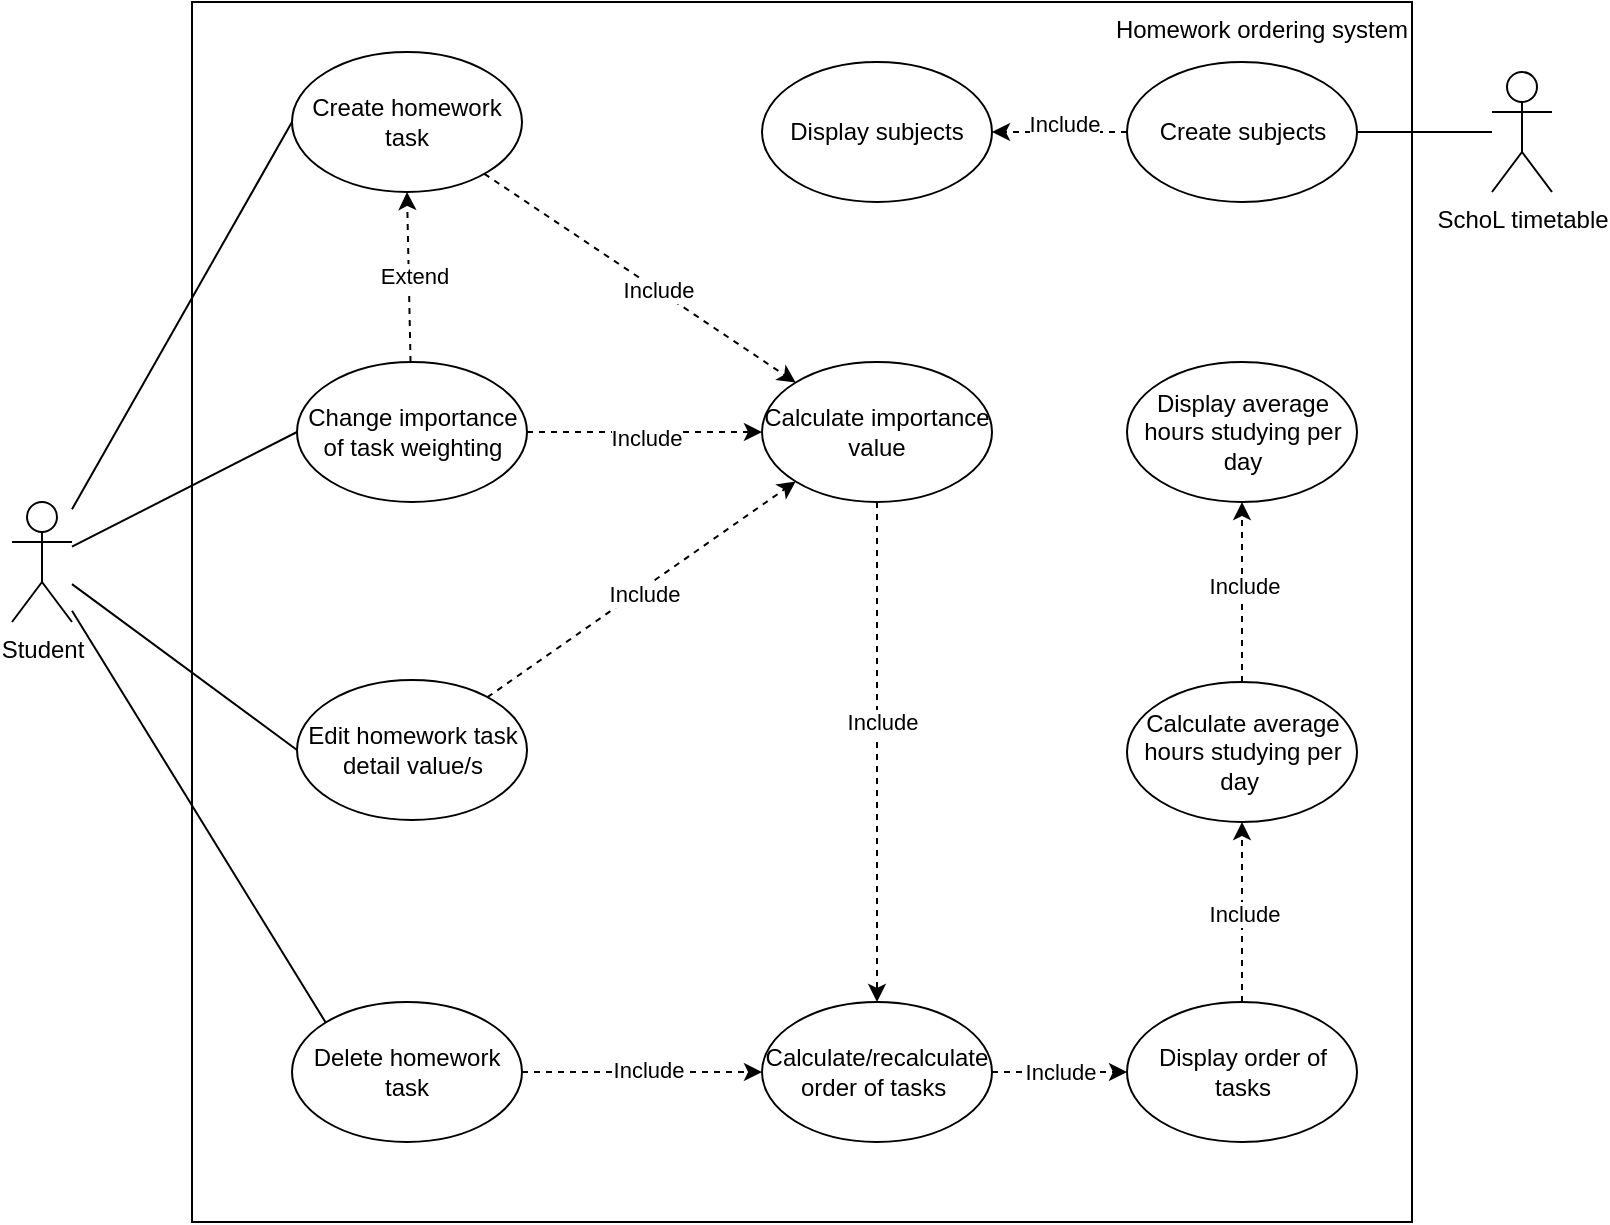
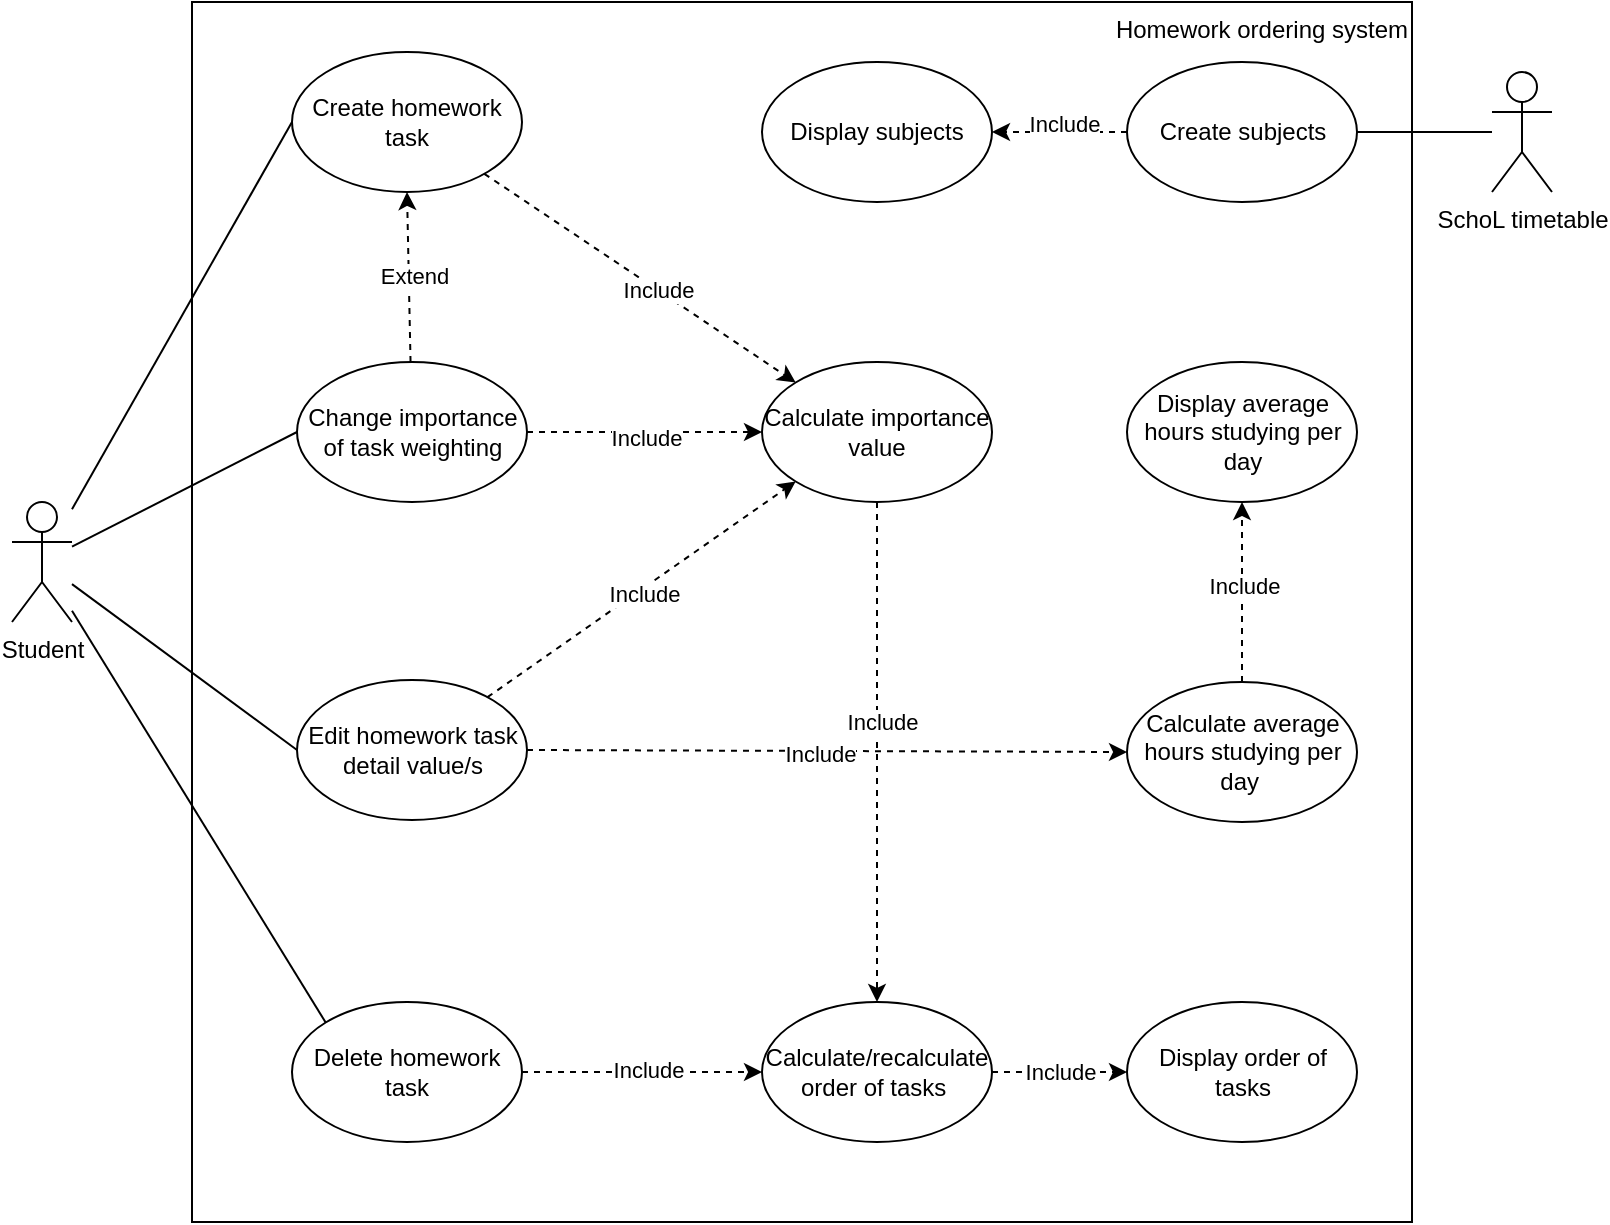
<mxfile host="app.diagrams.net" agent="Mozilla/5.0 (Windows NT 10.0; Win64; x64) AppleWebKit/537.36 (KHTML, like Gecko) Chrome/147.0.0.0 Safari/537.36" pages="3">
  <diagram name="Use Case Diagram" id="ZcyXiCbd3epHD8B5bp2-">
-     <mxGraphModel grid="1" page="1" gridSize="10" guides="1" tooltips="1" connect="1" arrows="1" fold="1" pageScale="1" pageWidth="827" pageHeight="1169" math="0" shadow="0">
+     <mxGraphModel dx="1099" dy="773" grid="1" gridSize="10" guides="1" tooltips="1" connect="1" arrows="1" fold="1" page="1" pageScale="1" pageWidth="827" pageHeight="1169" math="0" shadow="0">
      <root>
        <mxCell id="0" />
        <mxCell id="1" parent="0" />
        <mxCell id="G7WcPmlzqGxsM9-RYmIV-1" parent="1" style="aspect=fixed;labelPosition=center;verticalLabelPosition=middle;align=right;verticalAlign=top;html=1;whiteSpace=wrap;movable=1;resizable=1;rotatable=1;deletable=1;editable=1;locked=0;connectable=1;" value="Homework ordering system" vertex="1">
          <mxGeometry height="610" width="610" x="100" y="100" as="geometry" />
        </mxCell>
        <mxCell id="jqSJIoKgP5xY_ZK5AzuU-10" edge="1" parent="1" source="G7WcPmlzqGxsM9-RYmIV-2" style="rounded=0;orthogonalLoop=1;jettySize=auto;html=1;entryX=0;entryY=0.5;entryDx=0;entryDy=0;endArrow=none;endFill=0;" target="jqSJIoKgP5xY_ZK5AzuU-4">
          <mxGeometry relative="1" as="geometry" />
        </mxCell>
        <mxCell id="tDrKYoykQaESbITqznwy-8" edge="1" parent="1" source="G7WcPmlzqGxsM9-RYmIV-2" style="rounded=0;orthogonalLoop=1;jettySize=auto;html=1;entryX=0;entryY=0.5;entryDx=0;entryDy=0;endArrow=none;endFill=0;" target="jqSJIoKgP5xY_ZK5AzuU-18">
          <mxGeometry relative="1" as="geometry" />
        </mxCell>
        <mxCell id="gFCc6fkzavYNVZ7rkNDt-2" edge="1" parent="1" source="G7WcPmlzqGxsM9-RYmIV-2" style="rounded=0;orthogonalLoop=1;jettySize=auto;html=1;entryX=0;entryY=0.5;entryDx=0;entryDy=0;endArrow=none;endFill=0;" target="gFCc6fkzavYNVZ7rkNDt-1">
          <mxGeometry relative="1" as="geometry" />
        </mxCell>
        <mxCell id="G7WcPmlzqGxsM9-RYmIV-2" parent="1" style="shape=umlActor;verticalLabelPosition=bottom;verticalAlign=top;html=1;outlineConnect=0;" value="Student" vertex="1">
          <mxGeometry height="60" width="30" x="10" y="350" as="geometry" />
        </mxCell>
        <mxCell id="jqSJIoKgP5xY_ZK5AzuU-3" edge="1" parent="1" source="wTgsF5XY6qcogic8_f1f-1" style="rounded=0;orthogonalLoop=1;jettySize=auto;html=1;entryX=1;entryY=0.5;entryDx=0;entryDy=0;shape=wire;dashed=1;endArrow=none;endFill=0;" target="jqSJIoKgP5xY_ZK5AzuU-2">
          <mxGeometry relative="1" as="geometry" />
        </mxCell>
        <mxCell id="j_0vHmGtJyPRwEHmYQnW-2" edge="1" parent="1" source="jqSJIoKgP5xY_ZK5AzuU-2" style="rounded=0;orthogonalLoop=1;jettySize=auto;html=1;entryX=1;entryY=0.5;entryDx=0;entryDy=0;endArrow=classic;endFill=1;dashed=1;" target="j_0vHmGtJyPRwEHmYQnW-1">
          <mxGeometry relative="1" as="geometry" />
        </mxCell>
        <mxCell id="j_0vHmGtJyPRwEHmYQnW-3" connectable="0" parent="j_0vHmGtJyPRwEHmYQnW-2" style="edgeLabel;html=1;align=center;verticalAlign=middle;resizable=0;points=[];" value="Include" vertex="1">
          <mxGeometry relative="1" x="-0.2741" y="-4" as="geometry">
            <mxPoint x="-7" as="offset" />
          </mxGeometry>
        </mxCell>
        <mxCell id="jqSJIoKgP5xY_ZK5AzuU-2" parent="1" style="ellipse;whiteSpace=wrap;html=1;" value="Create subjects" vertex="1">
          <mxGeometry height="70" width="115" x="567.5" y="130" as="geometry" />
        </mxCell>
        <mxCell id="jqSJIoKgP5xY_ZK5AzuU-13" edge="1" parent="1" source="jqSJIoKgP5xY_ZK5AzuU-4" style="rounded=0;orthogonalLoop=1;jettySize=auto;html=1;dashed=1;endArrow=classic;endFill=1;entryX=0;entryY=0;entryDx=0;entryDy=0;" target="jqSJIoKgP5xY_ZK5AzuU-11">
          <mxGeometry relative="1" as="geometry" />
        </mxCell>
        <mxCell id="jqSJIoKgP5xY_ZK5AzuU-14" connectable="0" parent="jqSJIoKgP5xY_ZK5AzuU-13" style="edgeLabel;html=1;align=center;verticalAlign=middle;resizable=0;points=[];" value="Include" vertex="1">
          <mxGeometry relative="1" x="0.1143" as="geometry">
            <mxPoint as="offset" />
          </mxGeometry>
        </mxCell>
        <mxCell id="jqSJIoKgP5xY_ZK5AzuU-4" parent="1" style="ellipse;whiteSpace=wrap;html=1;" value="Create homework task" vertex="1">
          <mxGeometry height="70" width="115" x="150" y="125" as="geometry" />
        </mxCell>
        <mxCell id="jqSJIoKgP5xY_ZK5AzuU-16" edge="1" parent="1" source="jqSJIoKgP5xY_ZK5AzuU-11" style="rounded=0;orthogonalLoop=1;jettySize=auto;html=1;dashed=1;" target="jqSJIoKgP5xY_ZK5AzuU-15" value="">
          <mxGeometry relative="1" as="geometry" />
        </mxCell>
        <mxCell id="jqSJIoKgP5xY_ZK5AzuU-17" connectable="0" parent="jqSJIoKgP5xY_ZK5AzuU-16" style="edgeLabel;html=1;align=center;verticalAlign=middle;resizable=0;points=[];" value="Include" vertex="1">
          <mxGeometry relative="1" x="-0.125" y="2" as="geometry">
            <mxPoint as="offset" />
          </mxGeometry>
        </mxCell>
        <mxCell id="jqSJIoKgP5xY_ZK5AzuU-11" parent="1" style="ellipse;whiteSpace=wrap;html=1;" value="Calculate importance value" vertex="1">
          <mxGeometry height="70" width="115" x="385" y="280" as="geometry" />
        </mxCell>
-         <mxCell id="tDrKYoykQaESbITqznwy-10" edge="1" parent="1" source="jqSJIoKgP5xY_ZK5AzuU-15" style="rounded=0;orthogonalLoop=1;jettySize=auto;html=1;entryX=0;entryY=0.5;entryDx=0;entryDy=0;startArrow=none;startFill=0;endArrow=classic;endFill=1;dashed=1;" target="tDrKYoykQaESbITqznwy-9" value="Include">
+         <mxCell id="tDrKYoykQaESbITqznwy-10" edge="1" parent="1" source="jqSJIoKgP5xY_ZK5AzuU-15" style="rounded=0;orthogonalLoop=1;jettySize=auto;html=1;entryX=0;entryY=0.5;entryDx=0;entryDy=0;startArrow=none;startFill=0;endArrow=classic;endFill=1;dashed=1;exitX=1;exitY=0.5;exitDx=0;exitDy=0;" target="tDrKYoykQaESbITqznwy-9" value="Include">
          <mxGeometry relative="1" as="geometry" />
        </mxCell>
        <mxCell id="jqSJIoKgP5xY_ZK5AzuU-15" parent="1" style="ellipse;whiteSpace=wrap;html=1;" value="Calculate/recalculate order of tasks&amp;nbsp;" vertex="1">
          <mxGeometry height="70" width="115" x="385" y="600" as="geometry" />
        </mxCell>
        <mxCell id="jqSJIoKgP5xY_ZK5AzuU-20" edge="1" parent="1" source="jqSJIoKgP5xY_ZK5AzuU-18" style="rounded=0;orthogonalLoop=1;jettySize=auto;html=1;entryX=0;entryY=0.5;entryDx=0;entryDy=0;dashed=1;" target="jqSJIoKgP5xY_ZK5AzuU-11">
          <mxGeometry relative="1" as="geometry" />
        </mxCell>
        <mxCell id="jqSJIoKgP5xY_ZK5AzuU-21" connectable="0" parent="jqSJIoKgP5xY_ZK5AzuU-20" style="edgeLabel;html=1;align=center;verticalAlign=middle;resizable=0;points=[];" value="Include" vertex="1">
          <mxGeometry relative="1" x="0.0328" y="-3" as="geometry">
            <mxPoint x="-1" as="offset" />
          </mxGeometry>
        </mxCell>
        <mxCell id="tDrKYoykQaESbITqznwy-6" edge="1" parent="1" source="jqSJIoKgP5xY_ZK5AzuU-18" style="rounded=0;orthogonalLoop=1;jettySize=auto;html=1;entryX=0.5;entryY=1;entryDx=0;entryDy=0;dashed=1;" target="jqSJIoKgP5xY_ZK5AzuU-4">
          <mxGeometry relative="1" as="geometry" />
        </mxCell>
        <mxCell id="tDrKYoykQaESbITqznwy-7" connectable="0" parent="tDrKYoykQaESbITqznwy-6" style="edgeLabel;html=1;align=center;verticalAlign=middle;resizable=0;points=[];" value="Extend" vertex="1">
          <mxGeometry relative="1" x="0.008" y="-2" as="geometry">
            <mxPoint as="offset" />
          </mxGeometry>
        </mxCell>
        <mxCell id="jqSJIoKgP5xY_ZK5AzuU-18" parent="1" style="ellipse;whiteSpace=wrap;html=1;" value="Change importance of task weighting" vertex="1">
          <mxGeometry height="70" width="115" x="152.5" y="280" as="geometry" />
        </mxCell>
        <mxCell id="tDrKYoykQaESbITqznwy-2" parent="1" style="ellipse;whiteSpace=wrap;html=1;" value="Delete homework task" vertex="1">
          <mxGeometry height="70" width="115" x="150" y="600" as="geometry" />
        </mxCell>
        <mxCell id="tDrKYoykQaESbITqznwy-3" edge="1" parent="1" source="G7WcPmlzqGxsM9-RYmIV-2" style="rounded=0;orthogonalLoop=1;jettySize=auto;html=1;endArrow=none;endFill=0;entryX=0;entryY=0;entryDx=0;entryDy=0;" target="tDrKYoykQaESbITqznwy-2">
          <mxGeometry relative="1" as="geometry">
            <mxPoint x="174" y="430" as="targetPoint" />
          </mxGeometry>
        </mxCell>
        <mxCell id="tDrKYoykQaESbITqznwy-4" edge="1" parent="1" source="tDrKYoykQaESbITqznwy-2" style="rounded=0;orthogonalLoop=1;jettySize=auto;html=1;entryX=0;entryY=0.5;entryDx=0;entryDy=0;endArrow=classic;endFill=1;dashed=1;" target="jqSJIoKgP5xY_ZK5AzuU-15">
          <mxGeometry relative="1" as="geometry" />
        </mxCell>
        <mxCell id="tDrKYoykQaESbITqznwy-5" connectable="0" parent="tDrKYoykQaESbITqznwy-4" style="edgeLabel;html=1;align=center;verticalAlign=middle;resizable=0;points=[];" value="Include" vertex="1">
          <mxGeometry relative="1" x="0.0436" y="1" as="geometry">
            <mxPoint as="offset" />
          </mxGeometry>
        </mxCell>
-         <mxCell id="gFCc6fkzavYNVZ7rkNDt-6" edge="1" parent="1" source="tDrKYoykQaESbITqznwy-9" style="rounded=0;orthogonalLoop=1;jettySize=auto;html=1;entryX=0.5;entryY=1;entryDx=0;entryDy=0;endArrow=classic;endFill=1;dashed=1;" target="gFCc6fkzavYNVZ7rkNDt-5">
+         <mxCell id="gFCc6fkzavYNVZ7rkNDt-6" edge="1" parent="1" source="gFCc6fkzavYNVZ7rkNDt-1" style="rounded=0;orthogonalLoop=1;jettySize=auto;html=1;entryX=0;entryY=0.5;entryDx=0;entryDy=0;endArrow=classic;endFill=1;dashed=1;exitX=1;exitY=0.5;exitDx=0;exitDy=0;" target="gFCc6fkzavYNVZ7rkNDt-5">
          <mxGeometry relative="1" as="geometry" />
        </mxCell>
        <mxCell id="gFCc6fkzavYNVZ7rkNDt-7" connectable="0" parent="gFCc6fkzavYNVZ7rkNDt-6" style="edgeLabel;html=1;align=center;verticalAlign=middle;resizable=0;points=[];" value="Include" vertex="1">
          <mxGeometry relative="1" x="-0.0222" y="-1" as="geometry">
            <mxPoint as="offset" />
          </mxGeometry>
        </mxCell>
        <mxCell id="tDrKYoykQaESbITqznwy-9" parent="1" style="ellipse;whiteSpace=wrap;html=1;" value="Display order of tasks" vertex="1">
          <mxGeometry height="70" width="115" x="567.5" y="600" as="geometry" />
        </mxCell>
        <mxCell id="gFCc6fkzavYNVZ7rkNDt-3" edge="1" parent="1" source="gFCc6fkzavYNVZ7rkNDt-1" style="rounded=0;orthogonalLoop=1;jettySize=auto;html=1;entryX=0;entryY=1;entryDx=0;entryDy=0;dashed=1;endArrow=classic;endFill=1;" target="jqSJIoKgP5xY_ZK5AzuU-11">
          <mxGeometry relative="1" as="geometry" />
        </mxCell>
        <mxCell id="gFCc6fkzavYNVZ7rkNDt-4" connectable="0" parent="gFCc6fkzavYNVZ7rkNDt-3" style="edgeLabel;html=1;align=center;verticalAlign=middle;resizable=0;points=[];" value="Include" vertex="1">
          <mxGeometry relative="1" x="0.0017" y="-2" as="geometry">
            <mxPoint as="offset" />
          </mxGeometry>
        </mxCell>
        <mxCell id="gFCc6fkzavYNVZ7rkNDt-1" parent="1" style="ellipse;whiteSpace=wrap;html=1;" value="Edit homework task detail value/s" vertex="1">
          <mxGeometry height="70" width="115" x="152.5" y="439" as="geometry" />
        </mxCell>
        <mxCell id="gFCc6fkzavYNVZ7rkNDt-9" edge="1" parent="1" source="gFCc6fkzavYNVZ7rkNDt-5" style="edgeStyle=orthogonalEdgeStyle;rounded=0;orthogonalLoop=1;jettySize=auto;html=1;endArrow=classic;endFill=1;dashed=1;" target="gFCc6fkzavYNVZ7rkNDt-8">
          <mxGeometry relative="1" as="geometry" />
        </mxCell>
        <mxCell id="gFCc6fkzavYNVZ7rkNDt-10" connectable="0" parent="gFCc6fkzavYNVZ7rkNDt-9" style="edgeLabel;html=1;align=center;verticalAlign=middle;resizable=0;points=[];" value="Include" vertex="1">
          <mxGeometry relative="1" x="0.0667" y="-1" as="geometry">
            <mxPoint as="offset" />
          </mxGeometry>
        </mxCell>
        <mxCell id="gFCc6fkzavYNVZ7rkNDt-5" parent="1" style="ellipse;whiteSpace=wrap;html=1;resizeWidth=0;" value="Calculate average hours studying per day&amp;nbsp;" vertex="1">
          <mxGeometry height="70" width="115" x="567.5" y="440" as="geometry" />
        </mxCell>
        <mxCell id="gFCc6fkzavYNVZ7rkNDt-8" parent="1" style="ellipse;whiteSpace=wrap;html=1;" value="Display average hours studying per day" vertex="1">
          <mxGeometry height="70" width="115" x="567.5" y="280" as="geometry" />
        </mxCell>
        <mxCell id="wTgsF5XY6qcogic8_f1f-1" parent="1" style="shape=umlActor;verticalLabelPosition=bottom;verticalAlign=top;html=1;outlineConnect=0;" value="SchoL timetable" vertex="1">
          <mxGeometry height="60" width="30" x="750" y="135" as="geometry" />
        </mxCell>
        <mxCell id="j_0vHmGtJyPRwEHmYQnW-1" parent="1" style="ellipse;whiteSpace=wrap;html=1;" value="Display&lt;span style=&quot;background-color: transparent; color: light-dark(rgb(0, 0, 0), rgb(255, 255, 255));&quot;&gt;&amp;nbsp;subjects&lt;/span&gt;" vertex="1">
          <mxGeometry height="70" width="115" x="385" y="130" as="geometry" />
        </mxCell>
      </root>
    </mxGraphModel>
  </diagram>
  <diagram id="8lql2eI7iz3RtWvieJSU" name="Context Diagram">
-     <mxGraphModel grid="1" page="1" gridSize="10" guides="1" tooltips="1" connect="1" arrows="1" fold="1" pageScale="1" pageWidth="827" pageHeight="1169" math="0" shadow="0">
+     <mxGraphModel dx="934" dy="657" grid="1" gridSize="10" guides="1" tooltips="1" connect="1" arrows="1" fold="1" page="1" pageScale="1" pageWidth="827" pageHeight="1169" math="0" shadow="0">
      <root>
        <mxCell id="0" />
        <mxCell id="1" parent="0" />
        <mxCell id="ACZuuOuZ4gBjVFFcBLFl-7" edge="1" parent="1" source="ACZuuOuZ4gBjVFFcBLFl-1" style="rounded=0;orthogonalLoop=1;jettySize=auto;html=1;entryX=0;entryY=0;entryDx=0;entryDy=0;" target="ACZuuOuZ4gBjVFFcBLFl-3">
          <mxGeometry relative="1" as="geometry" />
        </mxCell>
        <mxCell id="ACZuuOuZ4gBjVFFcBLFl-9" connectable="0" parent="ACZuuOuZ4gBjVFFcBLFl-7" style="edgeLabel;html=1;align=center;verticalAlign=middle;resizable=0;points=[];" value="Homework task details" vertex="1">
          <mxGeometry relative="1" x="0.0243" y="1" as="geometry">
            <mxPoint as="offset" />
          </mxGeometry>
        </mxCell>
        <mxCell id="ACZuuOuZ4gBjVFFcBLFl-8" edge="1" parent="1" source="ACZuuOuZ4gBjVFFcBLFl-1" style="rounded=0;orthogonalLoop=1;jettySize=auto;html=1;entryX=0;entryY=0.5;entryDx=0;entryDy=0;" target="ACZuuOuZ4gBjVFFcBLFl-3">
          <mxGeometry relative="1" as="geometry" />
        </mxCell>
        <mxCell id="ACZuuOuZ4gBjVFFcBLFl-10" connectable="0" parent="ACZuuOuZ4gBjVFFcBLFl-8" style="edgeLabel;html=1;align=center;verticalAlign=middle;resizable=0;points=[];" value="Importance of task" vertex="1">
          <mxGeometry relative="1" x="0.0824" y="-1" as="geometry">
            <mxPoint y="1" as="offset" />
          </mxGeometry>
        </mxCell>
        <mxCell id="m4LZdS4MCfvcE9fhJnzB-1" edge="1" parent="1" source="ACZuuOuZ4gBjVFFcBLFl-1" style="rounded=0;orthogonalLoop=1;jettySize=auto;html=1;entryX=0;entryY=1;entryDx=0;entryDy=0;" target="ACZuuOuZ4gBjVFFcBLFl-3">
          <mxGeometry relative="1" as="geometry" />
        </mxCell>
-         <mxCell id="m4LZdS4MCfvcE9fhJnzB-2" connectable="0" parent="m4LZdS4MCfvcE9fhJnzB-1" style="edgeLabel;html=1;align=center;verticalAlign=middle;resizable=0;points=[];" value="Edit task details" vertex="1">
+         <mxCell id="m4LZdS4MCfvcE9fhJnzB-2" connectable="0" parent="m4LZdS4MCfvcE9fhJnzB-1" style="edgeLabel;html=1;align=center;verticalAlign=middle;resizable=0;points=[];" value="Task details" vertex="1">
          <mxGeometry relative="1" x="-0.015" y="4" as="geometry">
            <mxPoint as="offset" />
          </mxGeometry>
        </mxCell>
        <mxCell id="ACZuuOuZ4gBjVFFcBLFl-1" parent="1" style="rounded=0;whiteSpace=wrap;html=1;" value="Student" vertex="1">
          <mxGeometry height="160" width="130" x="150" y="280" as="geometry" />
        </mxCell>
        <mxCell id="m4LZdS4MCfvcE9fhJnzB-3" edge="1" parent="1" source="ACZuuOuZ4gBjVFFcBLFl-3" style="rounded=0;orthogonalLoop=1;jettySize=auto;html=1;entryX=1;entryY=1;entryDx=0;entryDy=0;exitX=0.5;exitY=1;exitDx=0;exitDy=0;" target="ACZuuOuZ4gBjVFFcBLFl-1">
          <mxGeometry relative="1" as="geometry" />
        </mxCell>
        <mxCell id="m4LZdS4MCfvcE9fhJnzB-4" connectable="0" parent="m4LZdS4MCfvcE9fhJnzB-3" style="edgeLabel;html=1;align=center;verticalAlign=middle;resizable=0;points=[];" value="Order of tasks" vertex="1">
          <mxGeometry relative="1" x="-0.0139" y="-2" as="geometry">
            <mxPoint as="offset" />
          </mxGeometry>
        </mxCell>
        <mxCell id="m4LZdS4MCfvcE9fhJnzB-5" edge="1" parent="1" source="ACZuuOuZ4gBjVFFcBLFl-3" style="rounded=0;orthogonalLoop=1;jettySize=auto;html=1;entryX=1;entryY=0;entryDx=0;entryDy=0;exitX=0.5;exitY=0;exitDx=0;exitDy=0;" target="ACZuuOuZ4gBjVFFcBLFl-1">
          <mxGeometry relative="1" as="geometry" />
        </mxCell>
        <mxCell id="m4LZdS4MCfvcE9fhJnzB-6" connectable="0" parent="m4LZdS4MCfvcE9fhJnzB-5" style="edgeLabel;html=1;align=center;verticalAlign=middle;resizable=0;points=[];" value="Total hours studying" vertex="1">
          <mxGeometry relative="1" x="0.152" y="-3" as="geometry">
            <mxPoint as="offset" />
          </mxGeometry>
        </mxCell>
        <mxCell id="m4LZdS4MCfvcE9fhJnzB-7" edge="1" parent="1" source="ACZuuOuZ4gBjVFFcBLFl-3" style="rounded=0;orthogonalLoop=1;jettySize=auto;html=1;entryX=0.75;entryY=0;entryDx=0;entryDy=0;exitX=0.5;exitY=0;exitDx=0;exitDy=0;" target="ACZuuOuZ4gBjVFFcBLFl-1">
          <mxGeometry relative="1" as="geometry">
            <Array as="points">
              <mxPoint x="340" y="190" />
            </Array>
          </mxGeometry>
        </mxCell>
        <mxCell id="m4LZdS4MCfvcE9fhJnzB-8" connectable="0" parent="m4LZdS4MCfvcE9fhJnzB-7" style="edgeLabel;html=1;align=center;verticalAlign=middle;resizable=0;points=[];" value="Average hours studying per day" vertex="1">
          <mxGeometry relative="1" x="0.1809" y="-1" as="geometry">
            <mxPoint y="1" as="offset" />
          </mxGeometry>
        </mxCell>
        <mxCell id="ACZuuOuZ4gBjVFFcBLFl-3" parent="1" style="ellipse;whiteSpace=wrap;html=1;aspect=fixed;" value="Homework ordering system" vertex="1">
          <mxGeometry height="160" width="160" x="420" y="280" as="geometry" />
        </mxCell>
        <mxCell id="ACZuuOuZ4gBjVFFcBLFl-5" edge="1" parent="1" source="ACZuuOuZ4gBjVFFcBLFl-4" style="rounded=0;orthogonalLoop=1;jettySize=auto;html=1;entryX=1;entryY=0.5;entryDx=0;entryDy=0;" target="ACZuuOuZ4gBjVFFcBLFl-3">
          <mxGeometry relative="1" as="geometry" />
        </mxCell>
        <mxCell id="ACZuuOuZ4gBjVFFcBLFl-6" connectable="0" parent="ACZuuOuZ4gBjVFFcBLFl-5" style="edgeLabel;html=1;align=center;verticalAlign=middle;resizable=0;points=[];" value="Subject names" vertex="1">
          <mxGeometry relative="1" x="-0.0308" y="2" as="geometry">
            <mxPoint as="offset" />
          </mxGeometry>
        </mxCell>
        <mxCell id="ACZuuOuZ4gBjVFFcBLFl-4" parent="1" style="rounded=0;whiteSpace=wrap;html=1;" value="SchoL timetable" vertex="1">
          <mxGeometry height="160" width="120" x="719" y="280" as="geometry" />
        </mxCell>
      </root>
    </mxGraphModel>
  </diagram>
  <diagram id="OQU70sF8UFcgT4n1chGs" name="Data Flow Diagram">
    <mxGraphModel dx="1734" dy="1339" grid="1" gridSize="10" guides="1" tooltips="1" connect="1" arrows="1" fold="1" page="0" pageScale="1" pageWidth="827" pageHeight="1169" math="0" shadow="0">
      <root>
        <mxCell id="0" />
        <mxCell id="1" parent="0" />
        <mxCell id="qZvDCd3xGAPA9ddogVVE-3" edge="1" parent="1" source="BMlkTxle_BU_fT23YYWB-1" style="edgeStyle=orthogonalEdgeStyle;rounded=0;orthogonalLoop=1;jettySize=auto;html=1;entryX=0;entryY=0.5;entryDx=0;entryDy=0;curved=1;exitX=0.75;exitY=0;exitDx=0;exitDy=0;" target="qZvDCd3xGAPA9ddogVVE-2">
          <mxGeometry relative="1" as="geometry">
            <Array as="points">
              <mxPoint x="-10" y="-55" />
            </Array>
          </mxGeometry>
        </mxCell>
-         <mxCell id="qZvDCd3xGAPA9ddogVVE-4" connectable="0" parent="qZvDCd3xGAPA9ddogVVE-3" style="edgeLabel;html=1;align=center;verticalAlign=middle;resizable=0;points=[];" value="Text data" vertex="1">
+         <mxCell id="qZvDCd3xGAPA9ddogVVE-4" connectable="0" parent="qZvDCd3xGAPA9ddogVVE-3" style="edgeLabel;html=1;align=center;verticalAlign=middle;resizable=0;points=[];" value="HTML code" vertex="1">
          <mxGeometry relative="1" x="0.1782" y="-11" as="geometry">
            <mxPoint x="-31" y="14" as="offset" />
          </mxGeometry>
        </mxCell>
        <mxCell id="qZvDCd3xGAPA9ddogVVE-6" edge="1" parent="1" source="qZvDCd3xGAPA9ddogVVE-1" style="edgeStyle=orthogonalEdgeStyle;rounded=0;orthogonalLoop=1;jettySize=auto;html=1;entryX=0;entryY=0.5;entryDx=0;entryDy=0;curved=1;exitX=0;exitY=0;exitDx=0;exitDy=0;" target="qZvDCd3xGAPA9ddogVVE-5">
          <mxGeometry relative="1" as="geometry">
            <Array as="points">
              <mxPoint y="65" />
            </Array>
          </mxGeometry>
        </mxCell>
        <mxCell id="qZvDCd3xGAPA9ddogVVE-7" connectable="0" parent="qZvDCd3xGAPA9ddogVVE-6" style="edgeLabel;html=1;align=center;verticalAlign=middle;resizable=0;points=[];" value="Task details" vertex="1">
          <mxGeometry relative="1" x="-0.1429" y="1" as="geometry">
            <mxPoint x="71" y="56" as="offset" />
          </mxGeometry>
        </mxCell>
        <mxCell id="AD2-MKlbYGot8EyMhpUs-16" edge="1" parent="1" source="qZvDCd3xGAPA9ddogVVE-1" style="edgeStyle=orthogonalEdgeStyle;rounded=0;orthogonalLoop=1;jettySize=auto;html=1;curved=1;exitX=0.25;exitY=0;exitDx=0;exitDy=0;entryX=0;entryY=0.5;entryDx=0;entryDy=0;" target="AD2-MKlbYGot8EyMhpUs-15">
          <mxGeometry relative="1" as="geometry">
            <Array as="points">
              <mxPoint x="30" y="195" />
            </Array>
            <mxPoint x="280" y="330" as="targetPoint" />
          </mxGeometry>
        </mxCell>
        <mxCell id="AD2-MKlbYGot8EyMhpUs-17" connectable="0" parent="AD2-MKlbYGot8EyMhpUs-16" style="edgeLabel;html=1;align=center;verticalAlign=middle;resizable=0;points=[];" value="New task details" vertex="1">
          <mxGeometry relative="1" x="-0.2222" y="32" as="geometry">
            <mxPoint x="112" y="47" as="offset" />
          </mxGeometry>
        </mxCell>
        <mxCell id="-2ZZ6kYNN2esiHcJ8uK2-10" edge="1" parent="1" source="qZvDCd3xGAPA9ddogVVE-1" style="edgeStyle=orthogonalEdgeStyle;rounded=0;orthogonalLoop=1;jettySize=auto;html=1;entryX=0.5;entryY=1;entryDx=0;entryDy=0;curved=1;" target="-2ZZ6kYNN2esiHcJ8uK2-9">
          <mxGeometry relative="1" as="geometry">
            <Array as="points">
              <mxPoint x="60" y="275" />
            </Array>
          </mxGeometry>
        </mxCell>
        <mxCell id="7-rsSXdatIdGc62oVxqC-6" connectable="0" parent="-2ZZ6kYNN2esiHcJ8uK2-10" style="edgeLabel;html=1;align=center;verticalAlign=middle;resizable=0;points=[];" value="Specific task" vertex="1">
          <mxGeometry relative="1" x="0.148" y="-8" as="geometry">
            <mxPoint as="offset" />
          </mxGeometry>
        </mxCell>
        <mxCell id="-2ZZ6kYNN2esiHcJ8uK2-13" edge="1" parent="1" source="qZvDCd3xGAPA9ddogVVE-1" style="edgeStyle=orthogonalEdgeStyle;rounded=0;orthogonalLoop=1;jettySize=auto;html=1;entryX=0.5;entryY=1;entryDx=0;entryDy=0;curved=1;exitX=1;exitY=1;exitDx=0;exitDy=0;" target="-2ZZ6kYNN2esiHcJ8uK2-12">
          <mxGeometry relative="1" as="geometry">
            <Array as="points">
              <mxPoint x="120" y="360" />
              <mxPoint x="240" y="360" />
              <mxPoint x="240" y="365" />
            </Array>
          </mxGeometry>
        </mxCell>
        <mxCell id="7-rsSXdatIdGc62oVxqC-1" connectable="0" parent="-2ZZ6kYNN2esiHcJ8uK2-13" style="edgeLabel;html=1;align=center;verticalAlign=middle;resizable=0;points=[];" value="Weighting of task values" vertex="1">
          <mxGeometry relative="1" x="0.128" y="3" as="geometry">
            <mxPoint x="13" y="8" as="offset" />
          </mxGeometry>
        </mxCell>
        <mxCell id="qZvDCd3xGAPA9ddogVVE-1" parent="1" style="rounded=0;whiteSpace=wrap;html=1;" value="Student" vertex="1">
          <mxGeometry height="80" width="120" y="350" as="geometry" />
        </mxCell>
        <mxCell id="AD2-MKlbYGot8EyMhpUs-6" edge="1" parent="1" source="qZvDCd3xGAPA9ddogVVE-2" style="edgeStyle=orthogonalEdgeStyle;rounded=0;orthogonalLoop=1;jettySize=auto;html=1;entryX=0.5;entryY=0;entryDx=0;entryDy=0;curved=1;exitX=1;exitY=0.5;exitDx=0;exitDy=0;" target="AD2-MKlbYGot8EyMhpUs-5">
          <mxGeometry relative="1" as="geometry">
            <Array as="points">
              <mxPoint x="650" y="-55" />
            </Array>
          </mxGeometry>
        </mxCell>
        <mxCell id="AD2-MKlbYGot8EyMhpUs-10" connectable="0" parent="AD2-MKlbYGot8EyMhpUs-6" style="edgeLabel;html=1;align=center;verticalAlign=middle;resizable=0;points=[];" value="Subject names" vertex="1">
          <mxGeometry relative="1" x="0.0229" y="-1" as="geometry">
            <mxPoint x="-41" y="24" as="offset" />
          </mxGeometry>
        </mxCell>
        <mxCell id="qZvDCd3xGAPA9ddogVVE-2" parent="1" style="ellipse;whiteSpace=wrap;html=1;aspect=fixed;" value="1. Scrape subject names" vertex="1">
          <mxGeometry height="110" width="110" x="320" y="-110" as="geometry" />
        </mxCell>
        <mxCell id="AD2-MKlbYGot8EyMhpUs-12" edge="1" parent="1" source="qZvDCd3xGAPA9ddogVVE-5" style="edgeStyle=orthogonalEdgeStyle;rounded=0;orthogonalLoop=1;jettySize=auto;html=1;entryX=0.5;entryY=0;entryDx=0;entryDy=0;curved=1;" target="AD2-MKlbYGot8EyMhpUs-11">
          <mxGeometry relative="1" as="geometry" />
        </mxCell>
        <mxCell id="AD2-MKlbYGot8EyMhpUs-14" connectable="0" parent="AD2-MKlbYGot8EyMhpUs-12" style="edgeLabel;html=1;align=center;verticalAlign=middle;resizable=0;points=[];" value="Task instance" vertex="1">
          <mxGeometry relative="1" x="0.0516" y="-3" as="geometry">
            <mxPoint x="-52" y="26" as="offset" />
          </mxGeometry>
        </mxCell>
        <mxCell id="qZvDCd3xGAPA9ddogVVE-5" parent="1" style="ellipse;whiteSpace=wrap;html=1;aspect=fixed;" value="3. Create task under specific subject" vertex="1">
          <mxGeometry height="110" width="110" x="320" y="10" as="geometry" />
        </mxCell>
        <mxCell id="-2ZZ6kYNN2esiHcJ8uK2-3" edge="1" parent="1" source="AD2-MKlbYGot8EyMhpUs-5" style="edgeStyle=orthogonalEdgeStyle;rounded=0;orthogonalLoop=1;jettySize=auto;html=1;entryX=1;entryY=1;entryDx=0;entryDy=0;curved=1;exitX=1;exitY=0.5;exitDx=0;exitDy=0;" target="-2ZZ6kYNN2esiHcJ8uK2-2">
          <mxGeometry relative="1" as="geometry">
            <Array as="points">
              <mxPoint x="780" y="110" />
              <mxPoint x="780" y="755" />
            </Array>
          </mxGeometry>
        </mxCell>
        <mxCell id="-2ZZ6kYNN2esiHcJ8uK2-4" connectable="0" parent="-2ZZ6kYNN2esiHcJ8uK2-3" style="edgeLabel;html=1;align=center;verticalAlign=middle;resizable=0;points=[];" value="Subject names" vertex="1">
          <mxGeometry relative="1" x="-0.0455" y="-10" as="geometry">
            <mxPoint x="-20" y="-13" as="offset" />
          </mxGeometry>
        </mxCell>
+         <mxCell id="md9hbyHeWfBQX6UZH_xF-1" edge="1" parent="1" source="AD2-MKlbYGot8EyMhpUs-5" style="edgeStyle=orthogonalEdgeStyle;rounded=0;orthogonalLoop=1;jettySize=auto;html=1;curved=1;entryX=0.25;entryY=0;entryDx=0;entryDy=0;" target="qZvDCd3xGAPA9ddogVVE-1">
+           <mxGeometry relative="1" as="geometry" />
+         </mxCell>
+         <mxCell id="md9hbyHeWfBQX6UZH_xF-2" connectable="0" parent="md9hbyHeWfBQX6UZH_xF-1" style="edgeLabel;html=1;align=center;verticalAlign=middle;resizable=0;points=[];" value="Subject names" vertex="1">
+           <mxGeometry relative="1" x="-0.1257" y="37" as="geometry">
+             <mxPoint as="offset" />
+           </mxGeometry>
+         </mxCell>
        <mxCell id="AD2-MKlbYGot8EyMhpUs-5" parent="1" style="shape=partialRectangle;whiteSpace=wrap;html=1;left=0;right=0;fillColor=none;dashed=1;" value="All subjects database" vertex="1">
          <mxGeometry height="60" width="120" x="590" y="80" as="geometry" />
        </mxCell>
        <mxCell id="AD2-MKlbYGot8EyMhpUs-21" edge="1" parent="1" source="AD2-MKlbYGot8EyMhpUs-11" style="edgeStyle=orthogonalEdgeStyle;rounded=0;orthogonalLoop=1;jettySize=auto;html=1;entryX=0.5;entryY=0;entryDx=0;entryDy=0;curved=1;" target="AD2-MKlbYGot8EyMhpUs-20">
          <mxGeometry relative="1" as="geometry" />
        </mxCell>
        <mxCell id="AD2-MKlbYGot8EyMhpUs-22" connectable="0" parent="AD2-MKlbYGot8EyMhpUs-21" style="edgeLabel;html=1;align=center;verticalAlign=middle;resizable=0;points=[];" value="All task details" vertex="1">
          <mxGeometry relative="1" x="-0.17" y="-2" as="geometry">
            <mxPoint as="offset" />
          </mxGeometry>
        </mxCell>
        <mxCell id="-2ZZ6kYNN2esiHcJ8uK2-5" edge="1" parent="1" source="AD2-MKlbYGot8EyMhpUs-11" style="edgeStyle=orthogonalEdgeStyle;rounded=0;orthogonalLoop=1;jettySize=auto;html=1;entryX=1;entryY=0.5;entryDx=0;entryDy=0;exitX=1;exitY=0.5;exitDx=0;exitDy=0;curved=1;" target="-2ZZ6kYNN2esiHcJ8uK2-2">
          <mxGeometry relative="1" as="geometry">
            <Array as="points">
              <mxPoint x="720" y="270" />
              <mxPoint x="720" y="695" />
            </Array>
          </mxGeometry>
        </mxCell>
        <mxCell id="-2ZZ6kYNN2esiHcJ8uK2-6" connectable="0" parent="-2ZZ6kYNN2esiHcJ8uK2-5" style="edgeLabel;html=1;align=center;verticalAlign=middle;resizable=0;points=[];" value="Task details" vertex="1">
          <mxGeometry relative="1" x="-0.3454" as="geometry">
            <mxPoint as="offset" />
          </mxGeometry>
        </mxCell>
        <mxCell id="AD2-MKlbYGot8EyMhpUs-11" parent="1" style="shape=partialRectangle;whiteSpace=wrap;html=1;left=0;right=0;fillColor=none;dashed=1;" value="All tasks database" vertex="1">
          <mxGeometry height="60" width="120" x="545" y="240" as="geometry" />
        </mxCell>
        <mxCell id="AD2-MKlbYGot8EyMhpUs-18" edge="1" parent="1" source="AD2-MKlbYGot8EyMhpUs-15" style="edgeStyle=orthogonalEdgeStyle;rounded=0;orthogonalLoop=1;jettySize=auto;html=1;entryX=0.25;entryY=0;entryDx=0;entryDy=0;curved=1;exitX=1;exitY=0.5;exitDx=0;exitDy=0;" target="AD2-MKlbYGot8EyMhpUs-11">
          <mxGeometry relative="1" as="geometry">
            <Array as="points">
              <mxPoint x="575" y="195" />
            </Array>
          </mxGeometry>
        </mxCell>
        <mxCell id="AD2-MKlbYGot8EyMhpUs-19" connectable="0" parent="AD2-MKlbYGot8EyMhpUs-18" style="edgeLabel;html=1;align=center;verticalAlign=middle;resizable=0;points=[];" value="New task instance" vertex="1">
          <mxGeometry relative="1" x="-0.0717" y="25" as="geometry">
            <mxPoint x="-18" y="25" as="offset" />
          </mxGeometry>
        </mxCell>
        <mxCell id="AD2-MKlbYGot8EyMhpUs-15" parent="1" style="ellipse;whiteSpace=wrap;html=1;aspect=fixed;" value="6. Replace task instance" vertex="1">
          <mxGeometry height="110" width="110" x="320" y="140" as="geometry" />
        </mxCell>
        <mxCell id="AD2-MKlbYGot8EyMhpUs-24" edge="1" parent="1" source="AD2-MKlbYGot8EyMhpUs-20" style="edgeStyle=orthogonalEdgeStyle;rounded=0;orthogonalLoop=1;jettySize=auto;html=1;entryX=1;entryY=0.5;entryDx=0;entryDy=0;curved=1;" target="AD2-MKlbYGot8EyMhpUs-23">
          <mxGeometry relative="1" as="geometry">
            <Array as="points">
              <mxPoint x="605" y="565" />
            </Array>
          </mxGeometry>
        </mxCell>
        <mxCell id="AD2-MKlbYGot8EyMhpUs-25" connectable="0" parent="AD2-MKlbYGot8EyMhpUs-24" style="edgeLabel;html=1;align=center;verticalAlign=middle;resizable=0;points=[];" value="Importance values" vertex="1">
          <mxGeometry relative="1" x="0.0059" y="-2" as="geometry">
            <mxPoint x="-5" y="-23" as="offset" />
          </mxGeometry>
        </mxCell>
        <mxCell id="AD2-MKlbYGot8EyMhpUs-20" parent="1" style="ellipse;whiteSpace=wrap;html=1;aspect=fixed;" value="4. Calculate importance values of tasks" vertex="1">
          <mxGeometry height="110" width="110" x="550" y="400" as="geometry" />
        </mxCell>
        <mxCell id="7-rsSXdatIdGc62oVxqC-3" edge="1" parent="1" source="AD2-MKlbYGot8EyMhpUs-23" style="edgeStyle=orthogonalEdgeStyle;rounded=0;orthogonalLoop=1;jettySize=auto;html=1;entryX=1;entryY=0;entryDx=0;entryDy=0;curved=1;exitX=0.5;exitY=1;exitDx=0;exitDy=0;" target="-2ZZ6kYNN2esiHcJ8uK2-2">
          <mxGeometry relative="1" as="geometry">
            <Array as="points">
              <mxPoint x="455" y="635" />
            </Array>
          </mxGeometry>
        </mxCell>
        <mxCell id="7-rsSXdatIdGc62oVxqC-5" connectable="0" parent="7-rsSXdatIdGc62oVxqC-3" style="edgeLabel;html=1;align=center;verticalAlign=middle;resizable=0;points=[];" value="Order of importance of tasks" vertex="1">
          <mxGeometry relative="1" x="0.1029" as="geometry">
            <mxPoint x="25" y="15" as="offset" />
          </mxGeometry>
        </mxCell>
        <mxCell id="AD2-MKlbYGot8EyMhpUs-23" parent="1" style="ellipse;whiteSpace=wrap;html=1;aspect=fixed;" value="5. Calculate order of importance of tasks" vertex="1">
          <mxGeometry height="110" width="110" x="400" y="510" as="geometry" />
        </mxCell>
-         <mxCell id="BMlkTxle_BU_fT23YYWB-1" parent="1" style="rounded=0;whiteSpace=wrap;html=1;" value="SchoL timetable" vertex="1">
+         <mxCell id="BMlkTxle_BU_fT23YYWB-1" parent="1" style="shape=partialRectangle;whiteSpace=wrap;html=1;left=0;right=0;fillColor=none;dashed=1;" value="SchoL timetable" vertex="1">
          <mxGeometry height="60" width="120" x="-100" y="100" as="geometry" />
        </mxCell>
        <mxCell id="-2ZZ6kYNN2esiHcJ8uK2-7" edge="1" parent="1" source="-2ZZ6kYNN2esiHcJ8uK2-2" style="edgeStyle=orthogonalEdgeStyle;rounded=0;orthogonalLoop=1;jettySize=auto;html=1;entryX=0.25;entryY=1;entryDx=0;entryDy=0;curved=1;" target="qZvDCd3xGAPA9ddogVVE-1">
          <mxGeometry relative="1" as="geometry" />
        </mxCell>
        <mxCell id="-2ZZ6kYNN2esiHcJ8uK2-8" connectable="0" parent="-2ZZ6kYNN2esiHcJ8uK2-7" style="edgeLabel;html=1;align=center;verticalAlign=middle;resizable=0;points=[];" value="All subjects and tasks" vertex="1">
          <mxGeometry relative="1" x="0.2108" y="-69" as="geometry">
            <mxPoint as="offset" />
          </mxGeometry>
        </mxCell>
        <mxCell id="-2ZZ6kYNN2esiHcJ8uK2-2" parent="1" style="ellipse;whiteSpace=wrap;html=1;aspect=fixed;" value="2. Display subjects, tasks under subjects, weighting of tasks, order of tasks and average hours studying per day" vertex="1">
          <mxGeometry height="170" width="170" x="170" y="610" as="geometry" />
        </mxCell>
        <mxCell id="-2ZZ6kYNN2esiHcJ8uK2-11" edge="1" parent="1" source="-2ZZ6kYNN2esiHcJ8uK2-9" style="edgeStyle=orthogonalEdgeStyle;rounded=0;orthogonalLoop=1;jettySize=auto;html=1;entryX=0;entryY=0.5;entryDx=0;entryDy=0;curved=1;" target="AD2-MKlbYGot8EyMhpUs-11">
          <mxGeometry relative="1" as="geometry">
            <Array as="points">
              <mxPoint x="375" y="270" />
            </Array>
          </mxGeometry>
        </mxCell>
        <mxCell id="7-rsSXdatIdGc62oVxqC-7" connectable="0" parent="-2ZZ6kYNN2esiHcJ8uK2-11" style="edgeLabel;html=1;align=center;verticalAlign=middle;resizable=0;points=[];" value="Specific task instance" vertex="1">
          <mxGeometry relative="1" x="-0.1693" as="geometry">
            <mxPoint as="offset" />
          </mxGeometry>
        </mxCell>
-         <mxCell id="-2ZZ6kYNN2esiHcJ8uK2-9" parent="1" style="ellipse;whiteSpace=wrap;html=1;aspect=fixed;direction=south;" value="9. Delete task instance" vertex="1">
+         <mxCell id="-2ZZ6kYNN2esiHcJ8uK2-9" parent="1" style="ellipse;whiteSpace=wrap;html=1;aspect=fixed;direction=south;" value="8&lt;span style=&quot;background-color: transparent; color: light-dark(rgb(0, 0, 0), rgb(255, 255, 255));&quot;&gt;. Delete task instance&lt;/span&gt;" vertex="1">
          <mxGeometry height="110" width="110" x="210" y="220" as="geometry" />
        </mxCell>
        <mxCell id="-2ZZ6kYNN2esiHcJ8uK2-14" edge="1" parent="1" source="-2ZZ6kYNN2esiHcJ8uK2-12" style="edgeStyle=orthogonalEdgeStyle;rounded=0;orthogonalLoop=1;jettySize=auto;html=1;entryX=0;entryY=0;entryDx=0;entryDy=0;curved=1;" target="AD2-MKlbYGot8EyMhpUs-20">
          <mxGeometry relative="1" as="geometry">
            <Array as="points">
              <mxPoint x="566" y="395" />
            </Array>
          </mxGeometry>
        </mxCell>
        <mxCell id="7-rsSXdatIdGc62oVxqC-2" connectable="0" parent="-2ZZ6kYNN2esiHcJ8uK2-14" style="edgeLabel;html=1;align=center;verticalAlign=middle;resizable=0;points=[];" value="weighting of task values,&lt;div&gt;importance of values&lt;/div&gt;" vertex="1">
          <mxGeometry relative="1" x="-0.2212" y="-3" as="geometry">
            <mxPoint x="16" y="-18" as="offset" />
          </mxGeometry>
        </mxCell>
-         <mxCell id="-2ZZ6kYNN2esiHcJ8uK2-12" parent="1" style="ellipse;whiteSpace=wrap;html=1;aspect=fixed;direction=south;" value="8. Set/change weighting of task value/s" vertex="1">
+         <mxCell id="-2ZZ6kYNN2esiHcJ8uK2-12" parent="1" style="ellipse;whiteSpace=wrap;html=1;aspect=fixed;direction=south;" value="7. Set/change weighting of task value/s" vertex="1">
          <mxGeometry height="110" width="110" x="340" y="310" as="geometry" />
        </mxCell>
      </root>
    </mxGraphModel>
  </diagram>
</mxfile>
